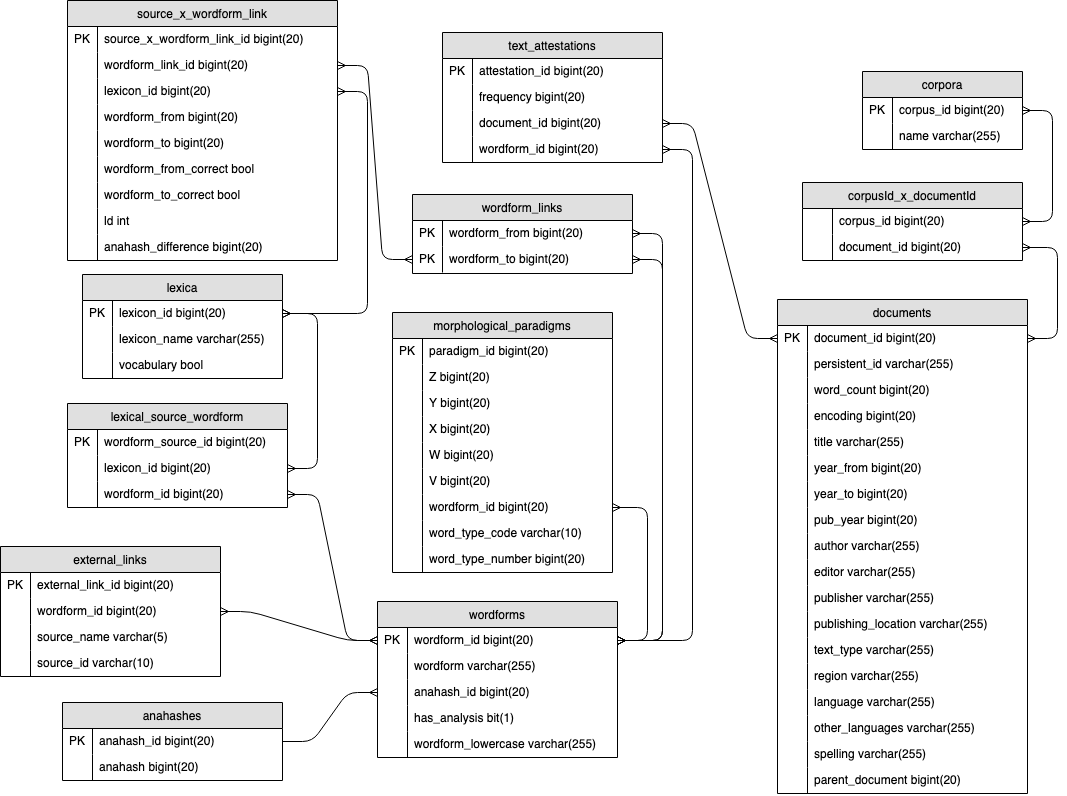
Earlier version of the draw.io export img/ticclat.png (TICCLAT/docs). Source tidied: cells renumbered, new cells last; positions are measured from the earlier drawing's top-left corner, leaving out a move shared by most shapes.
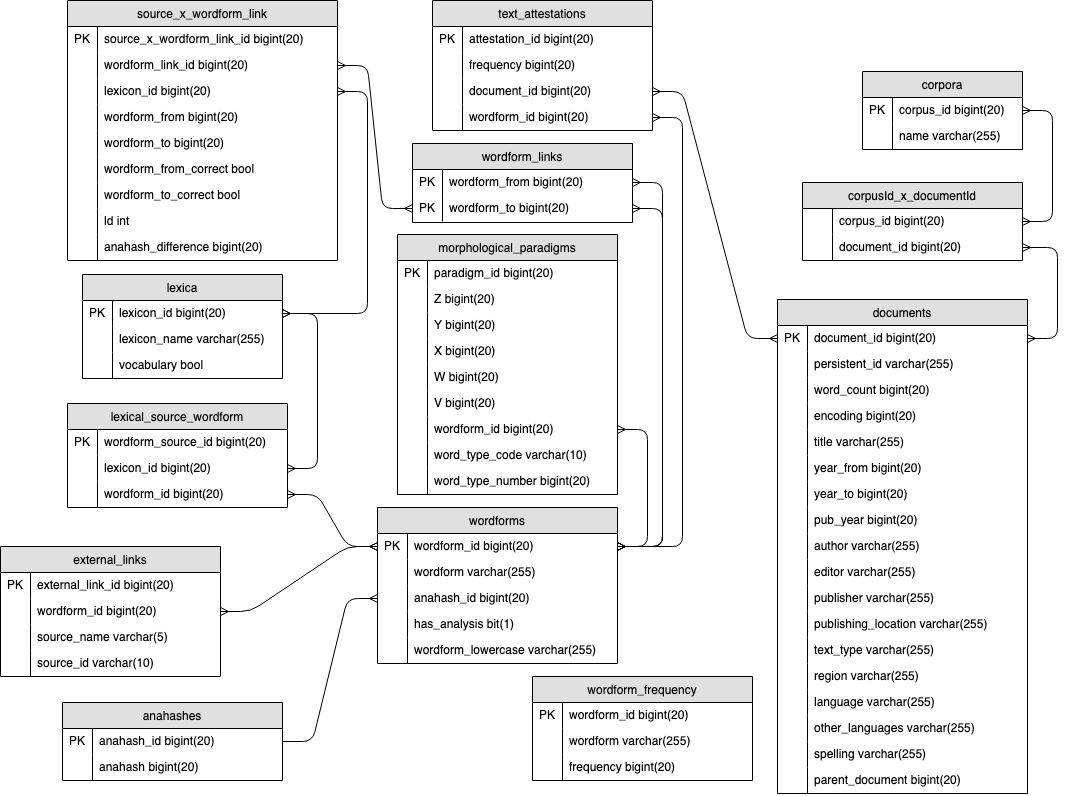
Above is the later version.

Commit message:
Add (unconnected) wordform_frequency table

Materialized view.

What changed in the source:
```diff
@@ -243,7 +243,7 @@
       <mxGeometry width="30" height="26" as="geometry" />
     </mxCell>
     <mxCell id="82" value="text_attestations" style="swimlane;fontStyle=0;horizontal=1;startSize=26;fillColor=#e0e0e0;swimlaneFillColor=#ffffff;align=center;" parent="1" vertex="1">
-      <mxGeometry x="442" y="32" width="220" height="130" as="geometry" />
+      <mxGeometry x="432" width="220" height="130" as="geometry" />
     </mxCell>
     <mxCell id="83" value="attestation_id bigint(20) " style="shape=partialRectangle;top=0;left=0;right=0;bottom=0;align=left;verticalAlign=top;spacingTop=-2;fillColor=none;spacingLeft=34;spacingRight=4;overflow=hidden;" parent="82" vertex="1">
       <mxGeometry y="26" width="220" height="26" as="geometry" />
@@ -270,7 +270,7 @@
       <mxGeometry width="30" height="26" as="geometry" />
     </mxCell>
     <mxCell id="91" value="wordform_links" style="swimlane;fontStyle=0;horizontal=1;startSize=26;fillColor=#e0e0e0;swimlaneFillColor=#ffffff;align=center;" parent="1" vertex="1">
-      <mxGeometry x="412" y="194" width="220" height="79" as="geometry" />
+      <mxGeometry x="412" y="143" width="220" height="79" as="geometry" />
     </mxCell>
     <mxCell id="92" value="wordform_from bigint(20) " style="shape=partialRectangle;top=0;left=0;right=0;bottom=0;align=left;verticalAlign=top;spacingTop=-2;fillColor=none;spacingLeft=34;spacingRight=4;overflow=hidden;points=[[0,0.5],[1,0.5]];portConstraint=eastwest;" parent="91" vertex="1">
       <mxGeometry y="26" width="220" height="26" as="geometry" />
@@ -285,7 +285,7 @@
       <mxGeometry width="30" height="26" as="geometry" />
     </mxCell>
     <mxCell id="96" value="wordforms" style="swimlane;fontStyle=0;horizontal=1;startSize=26;fillColor=#e0e0e0;swimlaneFillColor=#ffffff;align=center;" parent="1" vertex="1">
-      <mxGeometry x="377" y="601" width="240" height="156" as="geometry" />
+      <mxGeometry x="377" y="507" width="240" height="156" as="geometry" />
     </mxCell>
     <mxCell id="97" value="wordform_id bigint(20)" style="shape=partialRectangle;top=0;left=0;right=0;bottom=0;align=left;verticalAlign=top;spacingTop=-2;fillColor=none;spacingLeft=34;spacingRight=4;overflow=hidden;points=[[0,0.5],[1,0.5]];portConstraint=eastwest;" parent="96" vertex="1">
       <mxGeometry y="26" width="240" height="26" as="geometry" />
@@ -366,7 +366,7 @@
       <mxGeometry relative="1" as="geometry" />
     </mxCell>
     <mxCell id="123" value="morphological_paradigms" style="swimlane;fontStyle=0;horizontal=1;startSize=26;fillColor=#e0e0e0;swimlaneFillColor=#ffffff;align=center;" parent="1" vertex="1">
-      <mxGeometry x="392" y="312" width="220" height="260" as="geometry" />
+      <mxGeometry x="397" y="234" width="220" height="260" as="geometry" />
     </mxCell>
     <mxCell id="124" value="paradigm_id bigint(20) " style="shape=partialRectangle;top=0;left=0;right=0;bottom=0;align=left;verticalAlign=top;spacingTop=-2;fillColor=none;spacingLeft=34;spacingRight=4;overflow=hidden;" parent="123" vertex="1">
       <mxGeometry y="26" width="220" height="26" as="geometry" />
@@ -455,5 +455,26 @@
     <mxCell id="152" style="edgeStyle=entityRelationEdgeStyle;fontSize=12;html=1;endArrow=ERmany;startArrow=ERmany;entryX=0;entryY=0.5;entryDx=0;entryDy=0;" parent="1" edge="1" source="146" target="97">
       <mxGeometry relative="1" as="geometry" />
     </mxCell>
+    <mxCell id="153" value="wordform_frequency" style="swimlane;fontStyle=0;horizontal=1;startSize=26;fillColor=#e0e0e0;swimlaneFillColor=#ffffff;align=center;" parent="1" vertex="1">
+      <mxGeometry x="532" y="676" width="220" height="104" as="geometry" />
+    </mxCell>
+    <mxCell id="154" value="wordform_id bigint(20) " style="shape=partialRectangle;top=0;left=0;right=0;bottom=0;align=left;verticalAlign=top;spacingTop=-2;fillColor=none;spacingLeft=34;spacingRight=4;overflow=hidden;" parent="153" vertex="1">
+      <mxGeometry y="26" width="220" height="26" as="geometry" />
+    </mxCell>
+    <mxCell id="155" value="PK" style="shape=partialRectangle;top=0;left=0;bottom=0;fillColor=none;align=left;verticalAlign=middle;spacingLeft=4;spacingRight=4;overflow=hidden;" parent="154" vertex="1">
+      <mxGeometry width="30" height="26" as="geometry" />
+    </mxCell>
+    <mxCell id="156" value="wordform varchar(255)&#10;" style="shape=partialRectangle;top=0;left=0;right=0;bottom=0;align=left;verticalAlign=top;spacingTop=-2;fillColor=none;spacingLeft=34;spacingRight=4;overflow=hidden;" parent="153" vertex="1">
+      <mxGeometry y="52" width="220" height="26" as="geometry" />
+    </mxCell>
+    <mxCell id="157" style="shape=partialRectangle;top=0;left=0;bottom=0;fillColor=none;align=left;verticalAlign=middle;spacingLeft=4;spacingRight=4;overflow=hidden;" parent="156" vertex="1">
+      <mxGeometry width="30" height="26" as="geometry" />
+    </mxCell>
+    <mxCell id="158" value="frequency bigint(20)" style="shape=partialRectangle;top=0;left=0;right=0;bottom=0;align=left;verticalAlign=top;spacingTop=-2;fillColor=none;spacingLeft=34;spacingRight=4;overflow=hidden;" parent="153" vertex="1">
+      <mxGeometry y="78" width="220" height="26" as="geometry" />
+    </mxCell>
+    <mxCell id="159" style="shape=partialRectangle;top=0;left=0;bottom=0;fillColor=none;align=left;verticalAlign=middle;spacingLeft=4;spacingRight=4;overflow=hidden;" parent="158" vertex="1">
+      <mxGeometry width="30" height="26" as="geometry" />
+    </mxCell>
   </root>
 </mxGraphModel>
```
